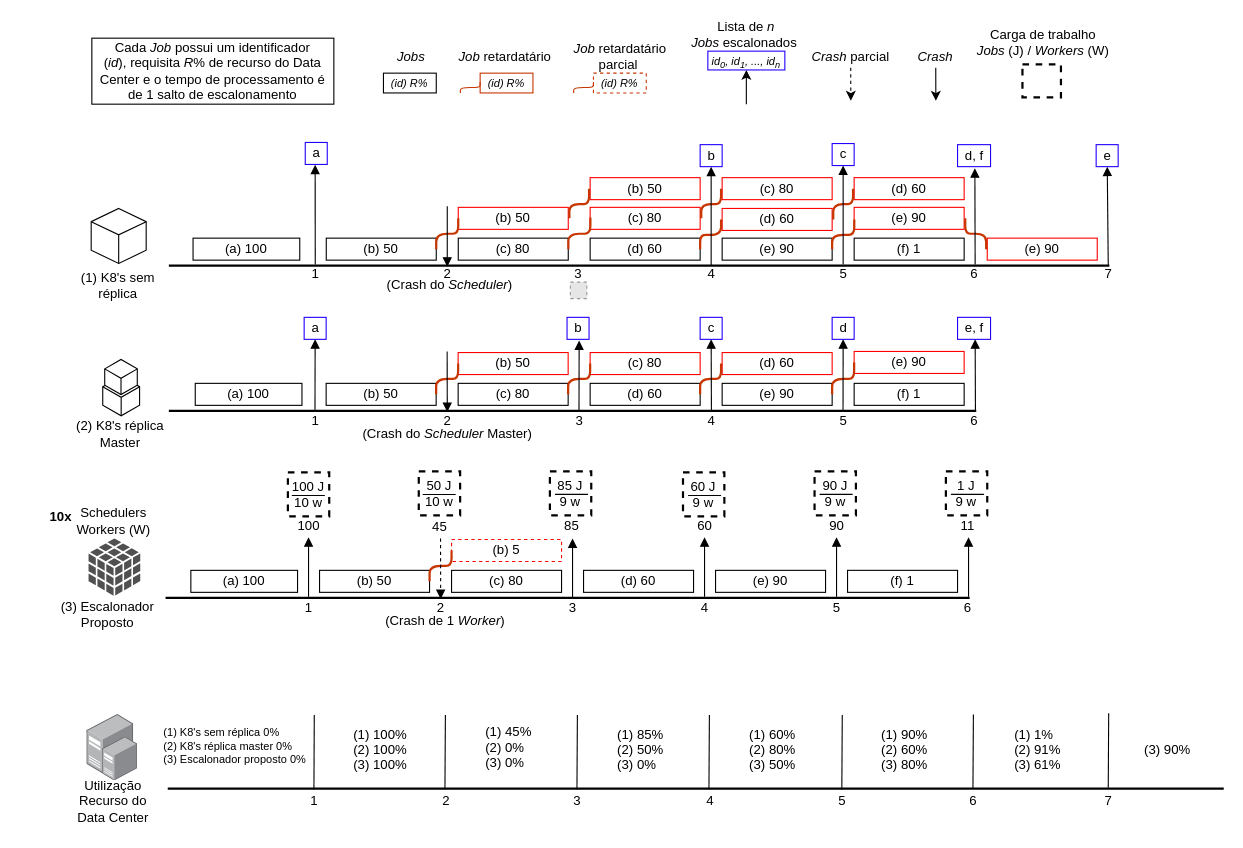
Before: schedule-proposal.drawio in lva98/drawio, a draw.io diagram. Source tidied: cells renumbered, new cells numbered last; positions are measured from the earlier drawing's top-left corner, leaving out a move shared by most shapes. Both pictures are drawn from the tidied source at 110%, with x=0, y=0 at pixel (19, 20). Pictures stored in the file or linked from it are replaced by grey dashed boxes.
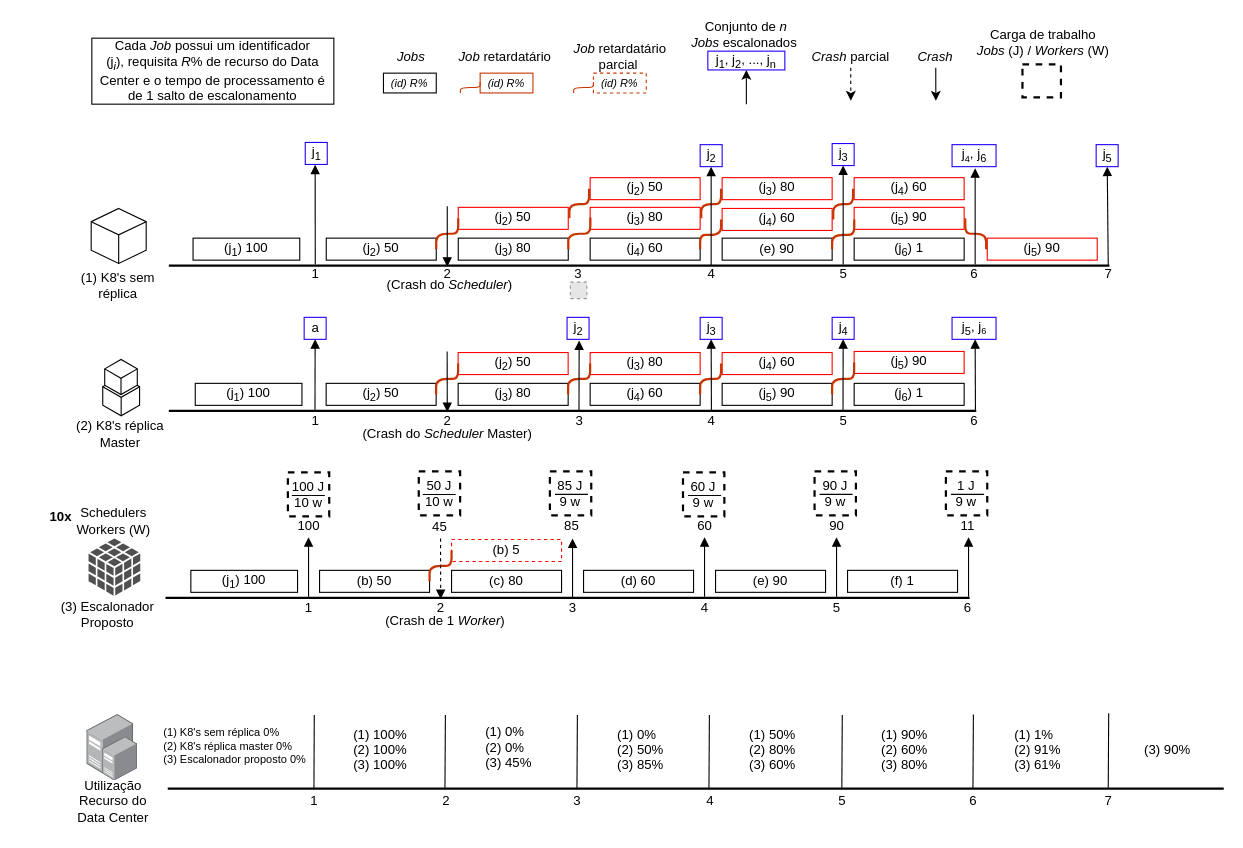
The same page after the edit.

The edit, as a diff of the source:
```diff
@@
-    <mxCell id="2" value="(a) 100" style="rounded=0;whiteSpace=wrap;html=1;strokeWidth=1;fillColor=none;" parent="1" vertex="1">
+    <mxCell id="2" value="(j&lt;sub&gt;1&lt;/sub&gt;) 100" style="rounded=0;whiteSpace=wrap;html=1;strokeWidth=1;fillColor=none;" parent="1" vertex="1">
       <mxGeometry x="156" y="500" width="97" height="20" as="geometry" />
     </mxCell>
@@
-    <mxCell id="10" value="(b) 50" style="rounded=0;whiteSpace=wrap;html=1;strokeWidth=1;fillColor=none;" parent="1" vertex="1">
+    <mxCell id="10" value="(j&lt;sub&gt;2&lt;/sub&gt;) 50" style="rounded=0;whiteSpace=wrap;html=1;strokeWidth=1;fillColor=none;" parent="1" vertex="1">
       <mxGeometry x="279" y="330" width="100" height="20" as="geometry" />
     </mxCell>
-    <mxCell id="11" value="(c) 80" style="rounded=0;whiteSpace=wrap;html=1;strokeWidth=1;fillColor=none;" parent="1" vertex="1">
+    <mxCell id="11" value="(j&lt;sub&gt;3&lt;/sub&gt;) 80" style="rounded=0;whiteSpace=wrap;html=1;strokeWidth=1;fillColor=none;" parent="1" vertex="1">
       <mxGeometry x="399" y="330" width="100" height="20" as="geometry" />
     </mxCell>
-    <mxCell id="12" value="(b) 50" style="rounded=0;whiteSpace=wrap;html=1;strokeWidth=1;fillColor=none;perimeterSpacing=1;strokeColor=#FF0000;" parent="1" vertex="1">
+    <mxCell id="12" value="(j&lt;sub&gt;2&lt;/sub&gt;) 50" style="rounded=0;whiteSpace=wrap;html=1;strokeWidth=1;fillColor=none;perimeterSpacing=1;strokeColor=#FF0000;" parent="1" vertex="1">
       <mxGeometry x="399" y="302" width="100" height="20" as="geometry" />
     </mxCell>
@@
-    <mxCell id="14" value="(d) 60" style="rounded=0;whiteSpace=wrap;html=1;strokeWidth=1;fillColor=none;" parent="1" vertex="1">
+    <mxCell id="14" value="(j&lt;sub&gt;4&lt;/sub&gt;) 60" style="rounded=0;whiteSpace=wrap;html=1;strokeWidth=1;fillColor=none;" parent="1" vertex="1">
       <mxGeometry x="519" y="330" width="100" height="20" as="geometry" />
     </mxCell>
-    <mxCell id="15" value="(c) 80" style="rounded=0;whiteSpace=wrap;html=1;strokeWidth=1;fillColor=none;perimeterSpacing=1;strokeColor=#FF0000;" parent="1" vertex="1">
+    <mxCell id="15" value="(j&lt;sub&gt;3&lt;/sub&gt;) 80" style="rounded=0;whiteSpace=wrap;html=1;strokeWidth=1;fillColor=none;perimeterSpacing=1;strokeColor=#FF0000;" parent="1" vertex="1">
       <mxGeometry x="519" y="302" width="100" height="20" as="geometry" />
     </mxCell>
@@
-    <mxCell id="17" value="(e) 90" style="rounded=0;whiteSpace=wrap;html=1;strokeWidth=1;fillColor=none;" parent="1" vertex="1">
+    <mxCell id="17" value="(j&lt;sub&gt;5&lt;/sub&gt;) 90" style="rounded=0;whiteSpace=wrap;html=1;strokeWidth=1;fillColor=none;" parent="1" vertex="1">
       <mxGeometry x="639" y="330" width="100" height="20" as="geometry" />
     </mxCell>
-    <mxCell id="18" value="(d) 60" style="rounded=0;whiteSpace=wrap;html=1;strokeWidth=1;fillColor=none;perimeterSpacing=1;strokeColor=#FF0000;" parent="1" vertex="1">
+    <mxCell id="18" value="(j&lt;sub&gt;4&lt;/sub&gt;) 60" style="rounded=0;whiteSpace=wrap;html=1;strokeWidth=1;fillColor=none;perimeterSpacing=1;strokeColor=#FF0000;" parent="1" vertex="1">
       <mxGeometry x="639" y="302" width="100" height="20" as="geometry" />
     </mxCell>
@@
-    <mxCell id="20" value="(f) 1" style="rounded=0;whiteSpace=wrap;html=1;strokeWidth=1;fillColor=none;" parent="1" vertex="1">
+    <mxCell id="20" value="(j&lt;sub&gt;6&lt;/sub&gt;) 1" style="rounded=0;whiteSpace=wrap;html=1;strokeWidth=1;fillColor=none;" parent="1" vertex="1">
       <mxGeometry x="759" y="330" width="100" height="20" as="geometry" />
     </mxCell>
-    <mxCell id="21" value="(b) 50" style="rounded=0;whiteSpace=wrap;html=1;strokeWidth=1;fillColor=none;" parent="1" vertex="1">
+    <mxCell id="21" value="(j&lt;sub&gt;2&lt;/sub&gt;) 50" style="rounded=0;whiteSpace=wrap;html=1;strokeWidth=1;fillColor=none;" parent="1" vertex="1">
       <mxGeometry x="279.1" y="198" width="100" height="20" as="geometry" />
     </mxCell>
-    <mxCell id="22" value="(c) 80" style="rounded=0;whiteSpace=wrap;html=1;strokeWidth=1;fillColor=none;" parent="1" vertex="1">
+    <mxCell id="22" value="(j&lt;sub&gt;3&lt;/sub&gt;) 80" style="rounded=0;whiteSpace=wrap;html=1;strokeWidth=1;fillColor=none;" parent="1" vertex="1">
       <mxGeometry x="399.1" y="198" width="100" height="20" as="geometry" />
     </mxCell>
-    <mxCell id="23" value="(b) 50" style="rounded=0;whiteSpace=wrap;html=1;strokeWidth=1;fillColor=none;perimeterSpacing=1;strokeColor=#FF0000;" parent="1" vertex="1">
+    <mxCell id="23" value="(j&lt;sub&gt;2&lt;/sub&gt;) 50" style="rounded=0;whiteSpace=wrap;html=1;strokeWidth=1;fillColor=none;perimeterSpacing=1;strokeColor=#FF0000;" parent="1" vertex="1">
       <mxGeometry x="399.1" y="170" width="100" height="20" as="geometry" />
     </mxCell>
@@
-    <mxCell id="25" value="(d) 60" style="rounded=0;whiteSpace=wrap;html=1;strokeWidth=1;fillColor=none;" parent="1" vertex="1">
+    <mxCell id="25" value="(j&lt;sub&gt;4&lt;/sub&gt;) 60" style="rounded=0;whiteSpace=wrap;html=1;strokeWidth=1;fillColor=none;" parent="1" vertex="1">
       <mxGeometry x="519" y="198" width="100" height="20" as="geometry" />
     </mxCell>
-    <mxCell id="26" value="(c) 80" style="rounded=0;whiteSpace=wrap;html=1;strokeWidth=1;fillColor=none;perimeterSpacing=1;strokeColor=#FF0000;" parent="1" vertex="1">
+    <mxCell id="26" value="(j&lt;sub&gt;3&lt;/sub&gt;) 80" style="rounded=0;whiteSpace=wrap;html=1;strokeWidth=1;fillColor=none;perimeterSpacing=1;strokeColor=#FF0000;" parent="1" vertex="1">
       <mxGeometry x="519" y="170" width="100" height="20" as="geometry" />
     </mxCell>
@@
-    <mxCell id="28" value="(c) 80" style="rounded=0;whiteSpace=wrap;html=1;strokeWidth=1;fillColor=none;perimeterSpacing=1;strokeColor=#FF0000;" parent="1" vertex="1">
+    <mxCell id="28" value="(j&lt;sub&gt;3&lt;/sub&gt;) 80" style="rounded=0;whiteSpace=wrap;html=1;strokeWidth=1;fillColor=none;perimeterSpacing=1;strokeColor=#FF0000;" parent="1" vertex="1">
       <mxGeometry x="639" y="143" width="100" height="20" as="geometry" />
     </mxCell>
-    <mxCell id="29" value="(f) 1" style="rounded=0;whiteSpace=wrap;html=1;strokeWidth=1;fillColor=none;" parent="1" vertex="1">
+    <mxCell id="29" value="(j&lt;sub&gt;6&lt;/sub&gt;) 1" style="rounded=0;whiteSpace=wrap;html=1;strokeWidth=1;fillColor=none;" parent="1" vertex="1">
       <mxGeometry x="759" y="198" width="100" height="20" as="geometry" />
     </mxCell>
-    <mxCell id="30" value="(e) 90" style="rounded=0;whiteSpace=wrap;html=1;strokeWidth=1;fillColor=none;perimeterSpacing=1;strokeColor=#FF0000;" parent="1" vertex="1">
+    <mxCell id="30" value="(j&lt;sub&gt;5&lt;/sub&gt;) 90" style="rounded=0;whiteSpace=wrap;html=1;strokeWidth=1;fillColor=none;perimeterSpacing=1;strokeColor=#FF0000;" parent="1" vertex="1">
       <mxGeometry x="759" y="170" width="100" height="20" as="geometry" />
     </mxCell>
-    <mxCell id="31" value="(b) 50" style="rounded=0;whiteSpace=wrap;html=1;strokeWidth=1;fillColor=none;perimeterSpacing=1;strokeColor=#FF0000;" parent="1" vertex="1">
+    <mxCell id="31" value="(j&lt;sub&gt;2&lt;/sub&gt;) 50" style="rounded=0;whiteSpace=wrap;html=1;strokeWidth=1;fillColor=none;perimeterSpacing=1;strokeColor=#FF0000;" parent="1" vertex="1">
       <mxGeometry x="519" y="143" width="100" height="20" as="geometry" />
     </mxCell>
@@
-    <mxCell id="34" value="(a) 100" style="rounded=0;whiteSpace=wrap;html=1;strokeWidth=1;fillColor=none;" parent="1" vertex="1">
+    <mxCell id="34" value="(j&lt;sub&gt;1&lt;/sub&gt;) 100" style="rounded=0;whiteSpace=wrap;html=1;strokeWidth=1;fillColor=none;" parent="1" vertex="1">
       <mxGeometry x="160" y="330" width="97" height="20" as="geometry" />
     </mxCell>
-    <mxCell id="35" value="(a) 100" style="rounded=0;whiteSpace=wrap;html=1;strokeWidth=1;fillColor=none;" parent="1" vertex="1">
+    <mxCell id="35" value="(j&lt;sub&gt;1&lt;/sub&gt;) 100" style="rounded=0;whiteSpace=wrap;html=1;strokeWidth=1;fillColor=none;" parent="1" vertex="1">
       <mxGeometry x="158" y="198" width="97" height="20" as="geometry" />
     </mxCell>
-    <mxCell id="36" value="(e) 90" style="rounded=0;whiteSpace=wrap;html=1;strokeWidth=1;strokeColor=#FF0000;" parent="1" vertex="1">
+    <mxCell id="36" value="(j&lt;sub&gt;5&lt;/sub&gt;) 90" style="rounded=0;whiteSpace=wrap;html=1;strokeWidth=1;strokeColor=#FF0000;" parent="1" vertex="1">
       <mxGeometry x="759" y="301" width="100" height="20" as="geometry" />
     </mxCell>
@@
-    <mxCell id="38" value="(d) 60" style="rounded=0;whiteSpace=wrap;html=1;strokeWidth=1;fillColor=none;perimeterSpacing=1;strokeColor=#FF0000;" parent="1" vertex="1">
+    <mxCell id="38" value="(j&lt;sub&gt;4&lt;/sub&gt;) 60" style="rounded=0;whiteSpace=wrap;html=1;strokeWidth=1;fillColor=none;perimeterSpacing=1;strokeColor=#FF0000;" parent="1" vertex="1">
       <mxGeometry x="639" y="171" width="100" height="20" as="geometry" />
     </mxCell>
@@
-    <mxCell id="42" value="(d) 60" style="rounded=0;whiteSpace=wrap;html=1;strokeWidth=1;fillColor=none;perimeterSpacing=1;strokeColor=#FF0000;" parent="1" vertex="1">
+    <mxCell id="42" value="(j&lt;sub&gt;4&lt;/sub&gt;) 60" style="rounded=0;whiteSpace=wrap;html=1;strokeWidth=1;fillColor=none;perimeterSpacing=1;strokeColor=#FF0000;" parent="1" vertex="1">
       <mxGeometry x="759" y="143" width="100" height="20" as="geometry" />
     </mxCell>
@@
-    <mxCell id="44" value="(e) 90" style="rounded=0;whiteSpace=wrap;html=1;strokeWidth=1;fillColor=none;perimeterSpacing=1;strokeColor=#FF0000;" parent="1" vertex="1">
+    <mxCell id="44" value="(j&lt;sub&gt;5&lt;/sub&gt;) 90" style="rounded=0;whiteSpace=wrap;html=1;strokeWidth=1;fillColor=none;perimeterSpacing=1;strokeColor=#FF0000;" parent="1" vertex="1">
       <mxGeometry x="880" y="198" width="100" height="20" as="geometry" />
     </mxCell>
@@
-    <mxCell id="82" value="&lt;font&gt;b&lt;/font&gt;" style="text;html=1;align=center;verticalAlign=middle;fontColor=#000000;strokeColor=#2200FF;" parent="55" vertex="1">
+    <mxCell id="82" value="&lt;font&gt;j&lt;sub&gt;2&lt;/sub&gt;&lt;/font&gt;" style="text;html=1;align=center;verticalAlign=middle;fontColor=#000000;strokeColor=#2200FF;" parent="55" vertex="1">
       <mxGeometry x="498" y="270" width="20" height="20" as="geometry" />
     </mxCell>
@@
-    <mxCell id="85" value="c" style="text;html=1;align=center;verticalAlign=middle;strokeColor=#2200FF;" parent="55" vertex="1">
+    <mxCell id="85" value="j&lt;sub&gt;3&lt;/sub&gt;" style="text;html=1;align=center;verticalAlign=middle;strokeColor=#2200FF;" parent="55" vertex="1">
       <mxGeometry x="619" y="270" width="20" height="20" as="geometry" />
     </mxCell>
-    <mxCell id="86" value="d" style="text;html=1;align=center;verticalAlign=middle;strokeColor=#2200FF;" parent="55" vertex="1">
+    <mxCell id="86" value="j&lt;sub&gt;4&lt;/sub&gt;" style="text;html=1;align=center;verticalAlign=middle;strokeColor=#2200FF;" parent="55" vertex="1">
       <mxGeometry x="739" y="270" width="20" height="20" as="geometry" />
     </mxCell>
@@
-    <mxCell id="88" value="e, f" style="text;html=1;align=center;verticalAlign=middle;strokeColor=#2200FF;" parent="55" vertex="1">
-      <mxGeometry x="853" y="270" width="30" height="20" as="geometry" />
+    <mxCell id="88" value="j&lt;sub&gt;5&lt;/sub&gt;, j&lt;span style=&quot;font-size: 10px&quot;&gt;&lt;sub&gt;6&lt;/sub&gt;&lt;/span&gt;" style="text;html=1;align=center;verticalAlign=middle;strokeColor=#2200FF;" parent="55" vertex="1">
+      <mxGeometry x="848" y="270" width="40" height="20" as="geometry" />
     </mxCell>
@@
-    <mxCell id="92" value="a" style="text;html=1;align=center;verticalAlign=middle;points=[];strokeColor=#2200FF;" parent="55" vertex="1">
+    <mxCell id="92" value="j&lt;sub&gt;1&lt;/sub&gt;" style="text;html=1;align=center;verticalAlign=middle;points=[];strokeColor=#2200FF;" parent="55" vertex="1">
       <mxGeometry x="260" y="111" width="20" height="20" as="geometry" />
     </mxCell>
@@
-    <mxCell id="96" value="d, f" style="text;html=1;align=center;verticalAlign=middle;points=[];strokeColor=#2200FF;" parent="55" vertex="1">
-      <mxGeometry x="853" y="113" width="30" height="20" as="geometry" />
+    <mxCell id="96" value="j&lt;span style=&quot;font-size: 10px&quot;&gt;&lt;sub&gt;4&lt;/sub&gt;&lt;/span&gt;, j&lt;sub&gt;6&lt;/sub&gt;" style="text;html=1;align=center;verticalAlign=middle;points=[];strokeColor=#2200FF;" parent="55" vertex="1">
+      <mxGeometry x="848" y="113" width="40" height="20" as="geometry" />
     </mxCell>
@@
-    <mxCell id="117" value="&lt;font style=&quot;font-size: 10px&quot;&gt;&lt;i&gt;id&lt;sub&gt;0&lt;/sub&gt;, id&lt;sub&gt;1&lt;/sub&gt;, ..., id&lt;sub&gt;n&lt;/sub&gt;&lt;/i&gt;&lt;/font&gt;" style="text;html=1;strokeColor=#2200FF;fillColor=none;align=center;verticalAlign=middle;whiteSpace=wrap;rounded=0;" parent="55" vertex="1">
+    <mxCell id="117" value="j&lt;sub&gt;1&lt;/sub&gt;, j&lt;sub&gt;2&lt;/sub&gt;, ..., j&lt;sub&gt;n&lt;/sub&gt;" style="text;html=1;strokeColor=#2200FF;fillColor=none;align=center;verticalAlign=middle;whiteSpace=wrap;rounded=0;" parent="55" vertex="1">
       <mxGeometry x="626" y="28" width="70" height="17.1" as="geometry" />
     </mxCell>
@@
-    <mxCell id="124" value="Lista de&lt;i&gt; n&lt;br&gt;Jobs &lt;/i&gt;escalonados&amp;nbsp;" style="text;html=1;strokeColor=none;fillColor=none;align=center;verticalAlign=middle;whiteSpace=wrap;rounded=0;" parent="55" vertex="1">
+    <mxCell id="124" value="Conjunto de&lt;i&gt; n&lt;br&gt;Jobs &lt;/i&gt;escalonados&amp;nbsp;" style="text;html=1;strokeColor=none;fillColor=none;align=center;verticalAlign=middle;whiteSpace=wrap;rounded=0;" parent="55" vertex="1">
       <mxGeometry x="606" y="3" width="110" height="20" as="geometry" />
     </mxCell>
@@
-    <mxCell id="137" value="&lt;span style=&quot;white-space: normal&quot;&gt;Cada &lt;i&gt;Job &lt;/i&gt;possui um identificador&lt;i&gt; &lt;/i&gt;(&lt;i&gt;id&lt;/i&gt;),&lt;i&gt;&amp;nbsp;&lt;/i&gt;requisita &lt;i&gt;R&lt;/i&gt;% de recurso do Data Center e o tempo de processamento é de 1 salto de escalonamento&lt;/span&gt;" style="rounded=0;whiteSpace=wrap;html=1;fillColor=none;" parent="55" vertex="1">
+    <mxCell id="137" value="&lt;span style=&quot;white-space: normal&quot;&gt;Cada &lt;i&gt;Job &lt;/i&gt;possui um identificador&lt;i&gt; &lt;/i&gt;(j&lt;i&gt;&lt;sub&gt;i&lt;/sub&gt;&lt;/i&gt;),&lt;i&gt;&amp;nbsp;&lt;/i&gt;requisita &lt;i&gt;R&lt;/i&gt;% de recurso do Data Center e o tempo de processamento é de 1 salto de escalonamento&lt;/span&gt;" style="rounded=0;whiteSpace=wrap;html=1;fillColor=none;" parent="55" vertex="1">
       <mxGeometry x="66" y="16.2" width="220" height="60" as="geometry" />
     </mxCell>
@@
-    <mxCell id="156" value="c" style="text;html=1;align=center;verticalAlign=middle;fillColor=none;strokeColor=#2200FF;direction=south;" parent="55" vertex="1">
+    <mxCell id="156" value="j&lt;sub&gt;3&lt;/sub&gt;" style="text;html=1;align=center;verticalAlign=middle;fillColor=none;strokeColor=#2200FF;direction=south;" parent="55" vertex="1">
       <mxGeometry x="739" y="112" width="20" height="20" as="geometry" />
     </mxCell>
@@
-    <mxCell id="158" value="e" style="text;html=1;align=center;verticalAlign=middle;points=[];shadow=0;sketch=0;fillColor=none;strokeColor=#2200FF;" parent="55" vertex="1">
+    <mxCell id="158" value="j&lt;sub&gt;5&lt;/sub&gt;" style="text;html=1;align=center;verticalAlign=middle;points=[];shadow=0;sketch=0;fillColor=none;strokeColor=#2200FF;" parent="55" vertex="1">
       <mxGeometry x="979" y="113" width="20" height="20" as="geometry" />
     </mxCell>
@@
-    <mxCell id="165" value="(1) 45%&#10;(2) 0%&#10;(3) 0%" style="text;strokeColor=none;fillColor=none;align=left;verticalAlign=top;spacingLeft=4;spacingRight=4;overflow=hidden;" parent="55" vertex="1">
+    <mxCell id="165" value="(1) 0%&#10;(2) 0%&#10;(3) 45%" style="text;strokeColor=none;fillColor=none;align=left;verticalAlign=top;spacingLeft=4;spacingRight=4;overflow=hidden;" parent="55" vertex="1">
       <mxGeometry x="418.1" y="633.2" width="60" height="49.5" as="geometry" />
     </mxCell>
-    <mxCell id="166" value="(1) 85%&#10;(2) 50%&#10;(3) 0%" style="text;strokeColor=none;fillColor=none;align=left;verticalAlign=top;spacingLeft=4;spacingRight=4;overflow=hidden;" parent="55" vertex="1">
+    <mxCell id="166" value="(1) 0%&#10;(2) 50%&#10;(3) 85%" style="text;strokeColor=none;fillColor=none;align=left;verticalAlign=top;spacingLeft=4;spacingRight=4;overflow=hidden;" parent="55" vertex="1">
       <mxGeometry x="538" y="635.5" width="60" height="49.5" as="geometry" />
     </mxCell>
-    <mxCell id="167" value="(1) 60%&#10;(2) 80%&#10;(3) 50%" style="text;strokeColor=none;fillColor=none;align=left;verticalAlign=top;spacingLeft=4;spacingRight=4;overflow=hidden;" parent="55" vertex="1">
+    <mxCell id="167" value="(1) 50%&#10;(2) 80%&#10;(3) 60%" style="text;strokeColor=none;fillColor=none;align=left;verticalAlign=top;spacingLeft=4;spacingRight=4;overflow=hidden;" parent="55" vertex="1">
       <mxGeometry x="658" y="635.5" width="60" height="49.5" as="geometry" />
     </mxCell>
@@
-    <mxCell id="171" value="b" style="text;html=1;align=center;verticalAlign=middle;strokeColor=#2200FF;" parent="55" vertex="1">
+    <mxCell id="171" value="j&lt;sub&gt;2&lt;/sub&gt;" style="text;html=1;align=center;verticalAlign=middle;strokeColor=#2200FF;" parent="55" vertex="1">
       <mxGeometry x="619" y="113" width="20" height="20" as="geometry" />
     </mxCell>
```
